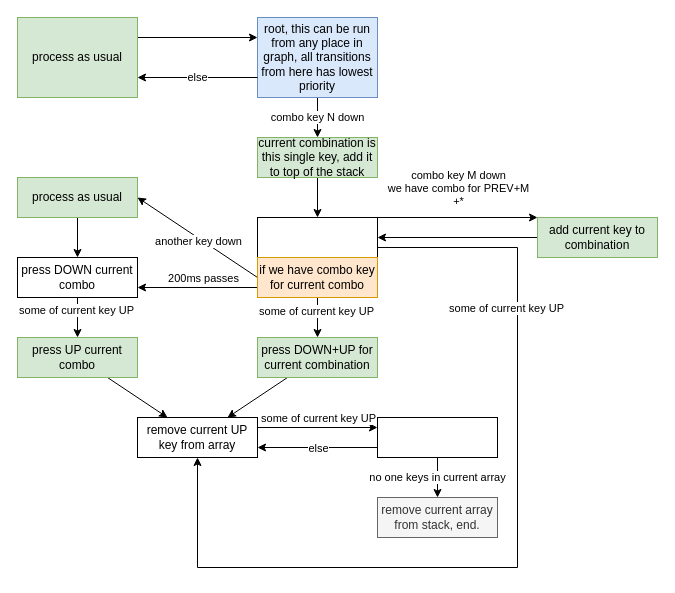
The draw.io diagram Untitled Diagram.drawio in optozorax/moonlander, before the edit. Source tidied: cells renumbered, new cells numbered last; positions are measured from the earlier drawing's top-left corner, leaving out a move shared by most shapes. Both pictures are drawn from the tidied source at 100%, with x=0, y=0 at pixel (17, 17).
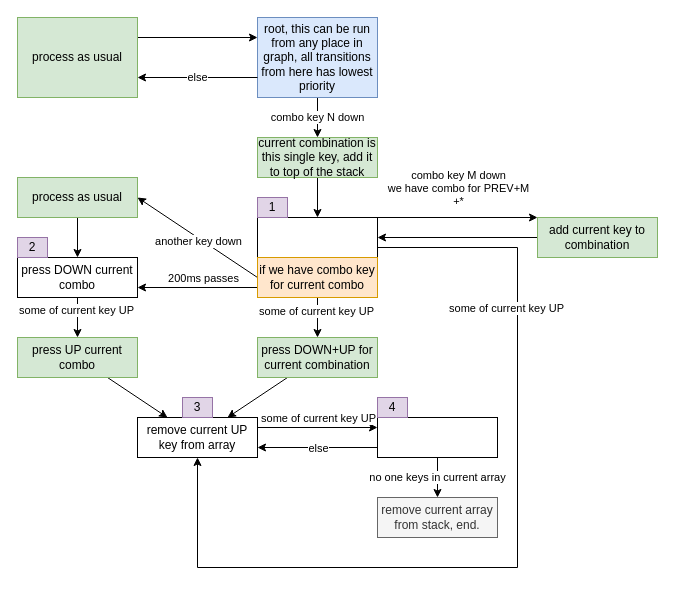
After the change.

The edit, as a diff of the source:
```diff
@@
+    <mxCell id="40" value="1" style="rounded=0;whiteSpace=wrap;html=1;fillColor=#e1d5e7;strokeColor=#9673a6;" parent="1" vertex="1">
+      <mxGeometry x="240" y="180" width="30" height="20" as="geometry" />
+    </mxCell>
+    <mxCell id="41" value="3" style="rounded=0;whiteSpace=wrap;html=1;fillColor=#e1d5e7;strokeColor=#9673a6;" parent="1" vertex="1">
+      <mxGeometry x="165" y="380" width="30" height="20" as="geometry" />
+    </mxCell>
+    <mxCell id="42" value="4" style="rounded=0;whiteSpace=wrap;html=1;fillColor=#e1d5e7;strokeColor=#9673a6;" parent="1" vertex="1">
+      <mxGeometry x="360" y="380" width="30" height="20" as="geometry" />
+    </mxCell>
+    <mxCell id="43" value="2" style="rounded=0;whiteSpace=wrap;html=1;fillColor=#e1d5e7;strokeColor=#9673a6;" parent="1" vertex="1">
+      <mxGeometry y="220" width="30" height="20" as="geometry" />
+    </mxCell>
```
